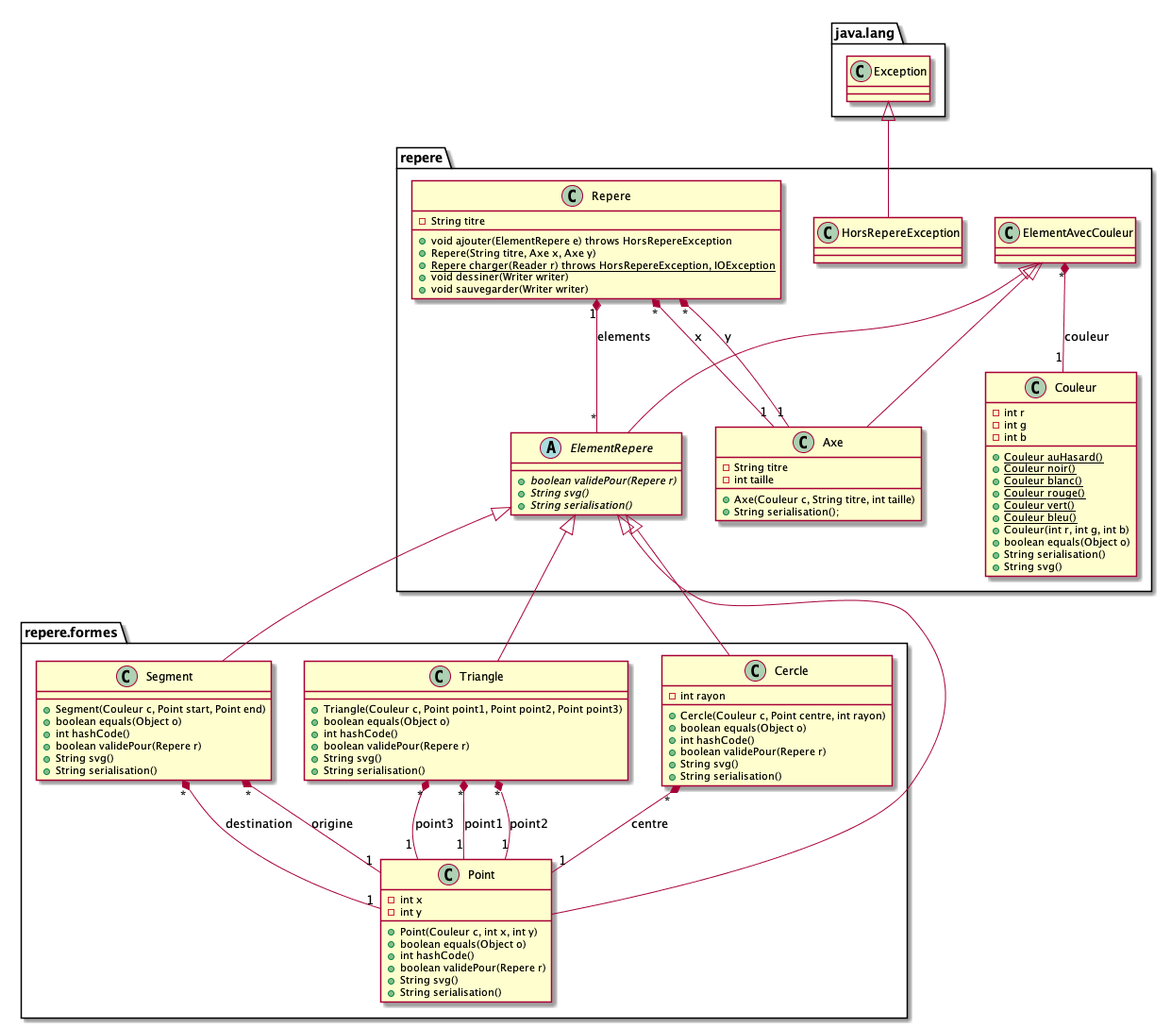
Before: tp2/doc/design.png, a diagram exported from PlantUML (EnseirbTelecom/pg220-official). Its source is kept beside it as tp2/doc/design.puml.
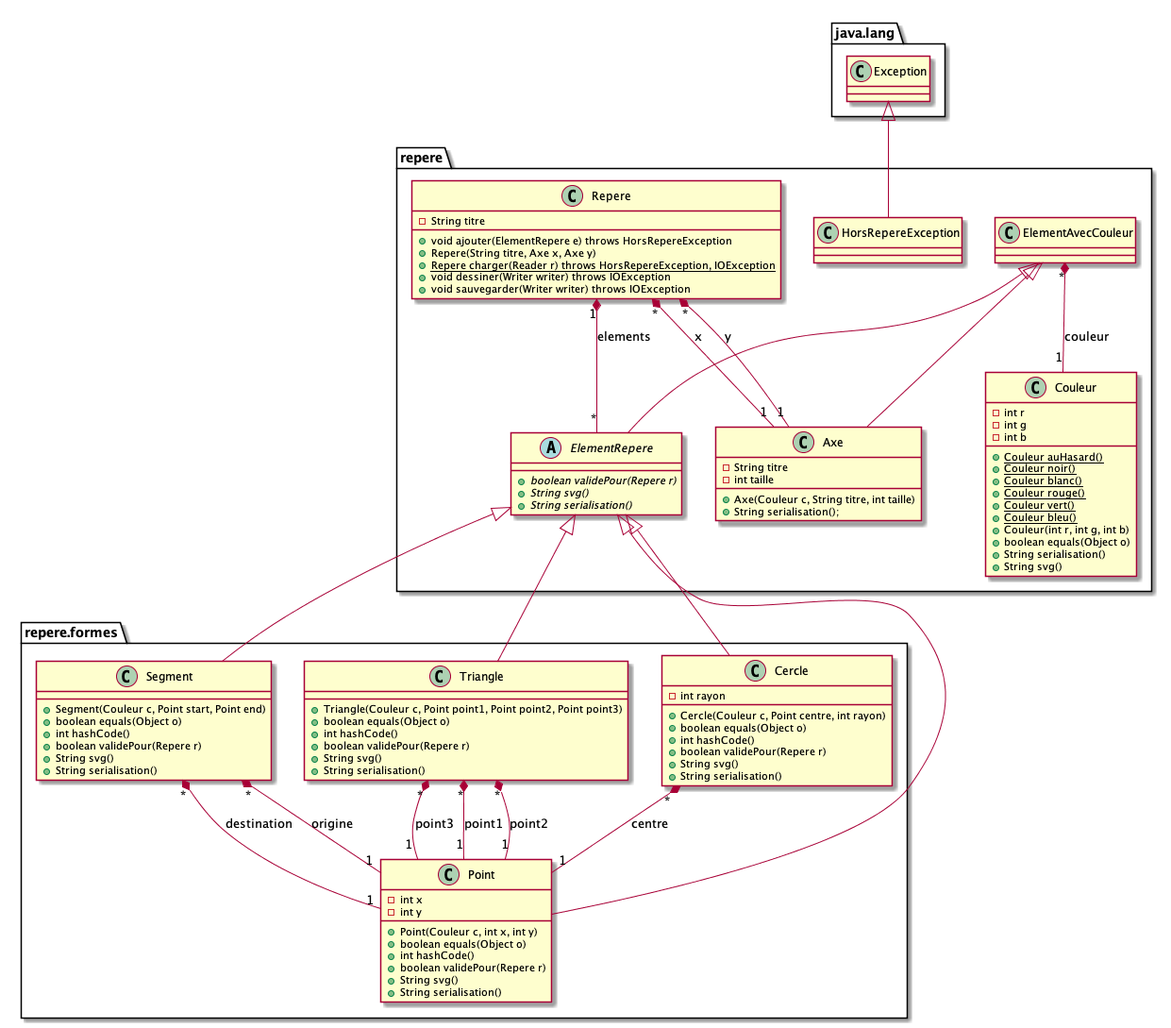
The same diagram one commit later.

Change to the diagram source:
```diff
@@ -48,8 +48,8 @@
 + void ajouter(ElementRepere e) throws HorsRepereException
 + Repere(String titre, Axe x, Axe y)
 + {static} Repere charger(Reader r) throws HorsRepereException, IOException
-+ void dessiner(Writer writer)
-+ void sauvegarder(Writer writer)
++ void dessiner(Writer writer) throws IOException
++ void sauvegarder(Writer writer) throws IOException
 }
 
 Repere "*" *-- "1" Axe : x
```
